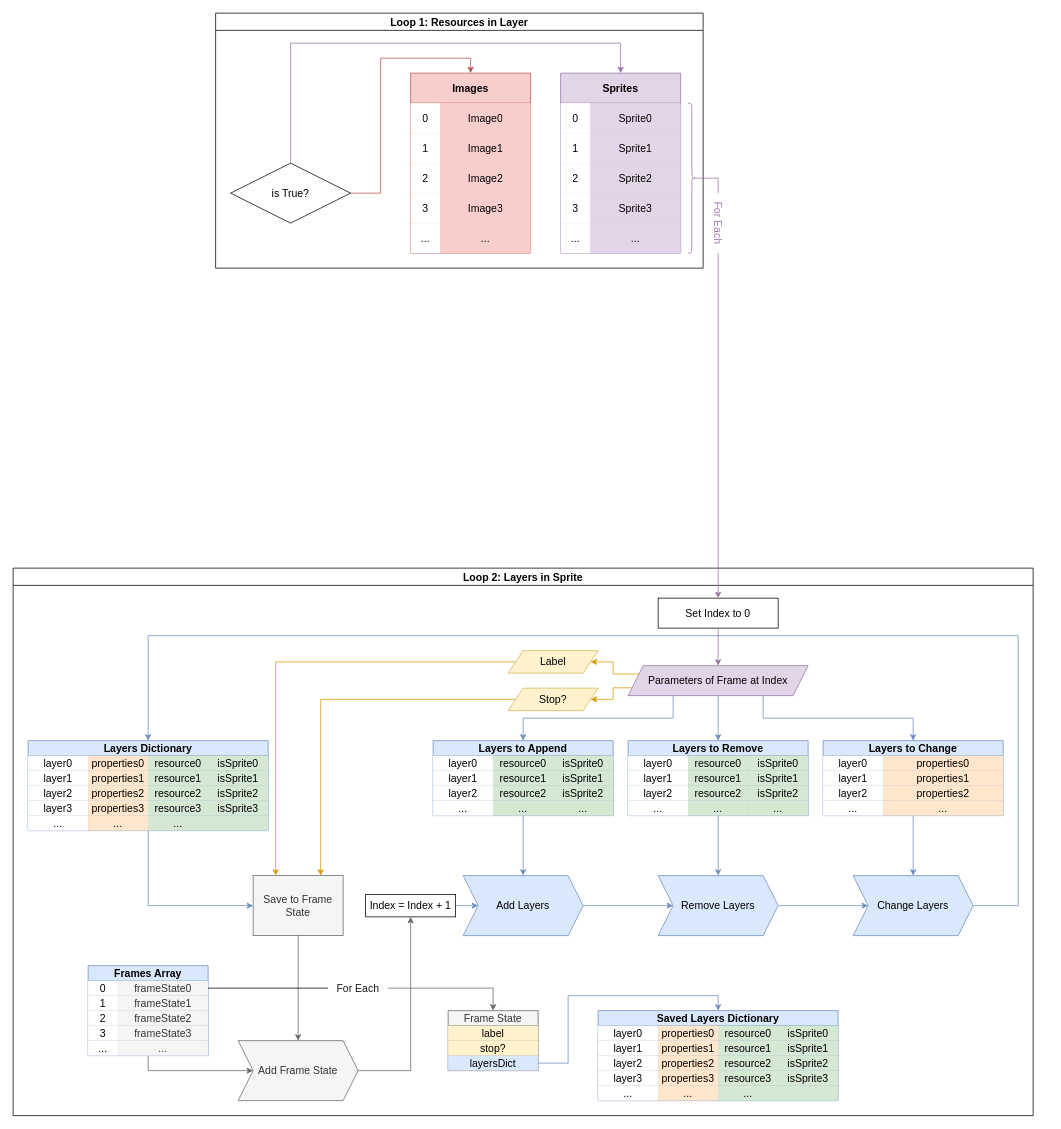
Earlier version of the draw.io diagram ResourceLoading.drawio (TheInfinityUser/PvZ2-Decoding). Source tidied: cells renumbered, new cells numbered last; positions are measured from the earlier drawing's top-left corner, leaving out a move shared by most shapes. Both pictures are drawn from the tidied source at 75%, with x=0, y=0 at pixel (13, 13).
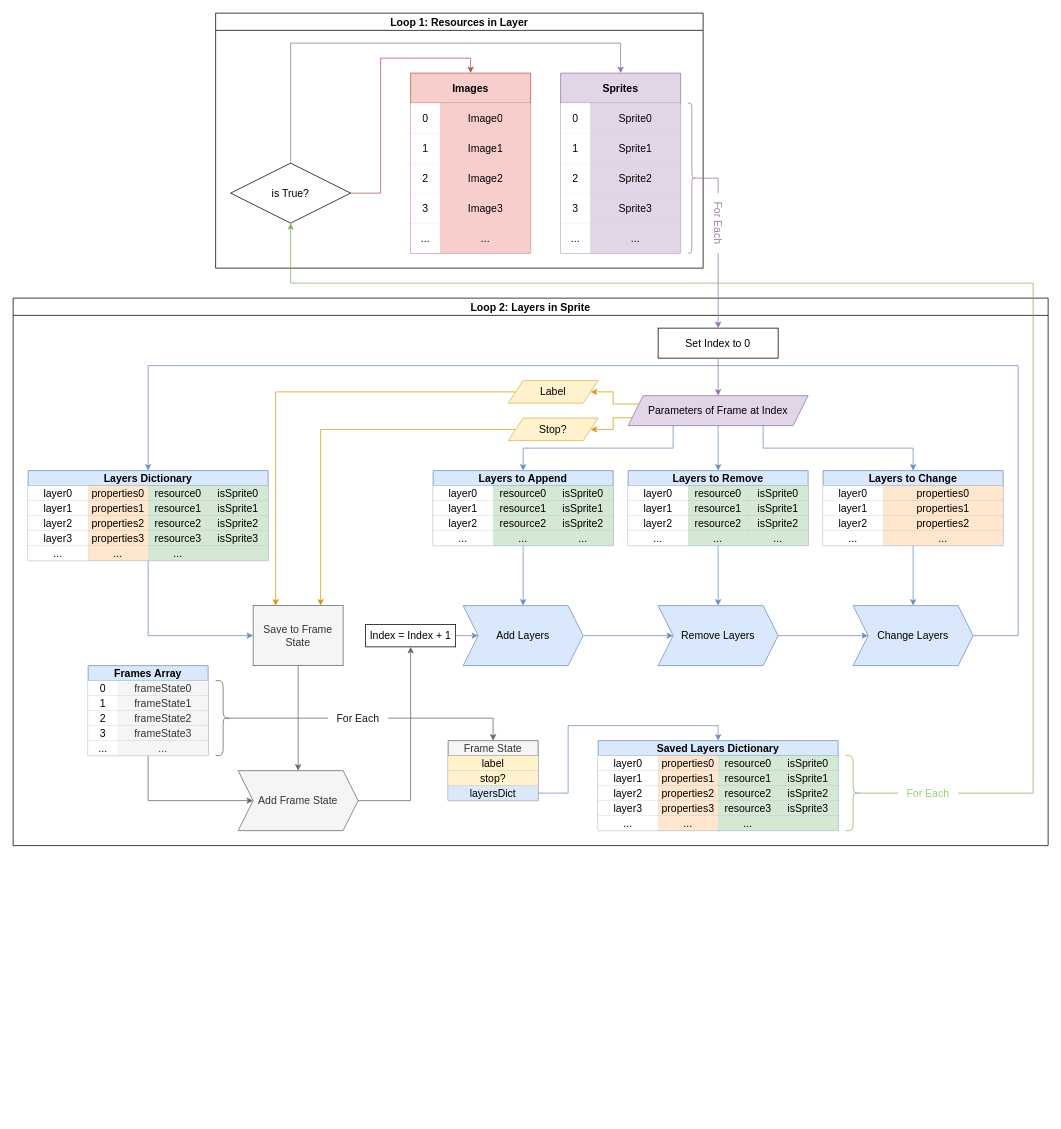
The same diagram, later.

The change refers to these unchanged cells:
```xml
<mxCell id="94" style="shape=tableRow;horizontal=0;startSize=0;swimlaneHead=0;swimlaneBody=0;strokeColor=inherit;top=0;left=0;bottom=0;right=0;fillColor=none;points=[[0,0.5],[1,0.5]];portConstraint=eastwest;fontSize=14;" parent="93" vertex="1">
  <mxGeometry y="20" width="160" height="20" as="geometry" />
</mxCell>
<mxCell id="111" value="Add Frame State" style="shape=step;perimeter=stepPerimeter;whiteSpace=wrap;html=1;fixedSize=1;fontSize=14;fillColor=#f5f5f5;strokeColor=#666666;fontColor=#333333;" parent="2" vertex="1">
  <mxGeometry x="300" y="630" width="160" height="80" as="geometry" />
</mxCell>
<mxCell id="154" value="For Each" style="text;html=1;align=center;verticalAlign=middle;whiteSpace=wrap;rounded=0;fontSize=14;fontColor=#1A1A1A;" parent="2" vertex="1">
  <mxGeometry x="420" y="550" width="80" height="20" as="geometry" />
</mxCell>
<mxCell id="193" value="is True?" style="rhombus;whiteSpace=wrap;html=1;labelBackgroundColor=none;fontSize=14;" parent="158" vertex="1">
  <mxGeometry x="20" y="200" width="160" height="80" as="geometry" />
</mxCell>
```

Diff of the diagram source:
```diff
@@
     <mxCell id="2" value="Loop 2: Layers in Sprite" style="swimlane;whiteSpace=wrap;html=1;labelBackgroundColor=none;fontSize=14;" parent="1" vertex="1">
-      <mxGeometry y="740" width="1360" height="730" as="geometry" />
+      <mxGeometry y="380" width="1380" height="730" as="geometry" />
     </mxCell>
@@
     <mxCell id="92" style="edgeStyle=orthogonalEdgeStyle;rounded=0;jettySize=auto;html=1;exitX=0.5;exitY=1;exitDx=0;exitDy=0;fontSize=14;startArrow=none;startFill=0;endArrow=classic;endFill=1;fillColor=#f5f5f5;strokeColor=#666666;entryX=0;entryY=0.5;entryDx=0;entryDy=0;" parent="2" edge="1" source="93" target="111">
-      <mxGeometry relative="1" as="geometry" />
+      <mxGeometry relative="1" as="geometry">
+        <Array as="points">
+          <mxPoint x="180" y="670" />
+        </Array>
+      </mxGeometry>
     </mxCell>
     <mxCell id="93" value="Frames Array" style="shape=table;startSize=20;childLayout=tableLayout;strokeColor=#6c8ebf;fontSize=14;fillColor=#dae8fc;fontStyle=1;" parent="2" vertex="1">
-      <mxGeometry x="100" y="530" width="160" height="120" as="geometry" />
+      <mxGeometry x="100" y="490" width="160" height="120" as="geometry" />
     </mxCell>
@@
-    <mxCell id="155" style="edgeStyle=orthogonalEdgeStyle;rounded=0;jettySize=auto;html=1;exitX=1;exitY=0.5;exitDx=0;exitDy=0;entryX=0;entryY=0.5;entryDx=0;entryDy=0;fontSize=14;startArrow=none;startFill=0;endArrow=none;endFill=0;" parent="2" edge="1" source="94" target="154">
-      <mxGeometry relative="1" as="geometry" />
-    </mxCell>
@@
+    <mxCell id="198" style="edgeStyle=orthogonalEdgeStyle;rounded=0;jettySize=auto;html=1;exitX=0.1;exitY=0.5;exitDx=0;exitDy=0;exitPerimeter=0;fontSize=14;fontColor=#1A1A1A;startArrow=none;startFill=0;endArrow=none;endFill=0;fillColor=#f5f5f5;strokeColor=#666666;" parent="2" edge="1" source="199" target="154">
+      <mxGeometry relative="1" as="geometry" />
+    </mxCell>
+    <mxCell id="199" style="shape=curlyBracket;whiteSpace=wrap;html=1;rounded=1;flipH=1;labelPosition=right;verticalLabelPosition=middle;align=left;verticalAlign=middle;fontSize=14;fontColor=#333333;fillColor=#f5f5f5;strokeColor=#666666;" parent="2" vertex="1">
+      <mxGeometry x="270" y="510" width="20" height="100" as="geometry" />
+    </mxCell>
+    <mxCell id="200" style="edgeStyle=orthogonalEdgeStyle;rounded=0;jettySize=auto;html=1;exitX=0.1;exitY=0.5;exitDx=0;exitDy=0;exitPerimeter=0;fontSize=14;fontColor=#97D077;startArrow=none;startFill=0;endArrow=none;endFill=0;fillColor=#d5e8d4;strokeColor=#82b366;" parent="2" edge="1" source="201" target="202">
+      <mxGeometry relative="1" as="geometry" />
+    </mxCell>
+    <mxCell id="201" style="shape=curlyBracket;whiteSpace=wrap;html=1;rounded=1;flipH=1;labelPosition=right;verticalLabelPosition=middle;align=left;verticalAlign=middle;fontSize=14;fillColor=#d5e8d4;strokeColor=#82b366;" parent="2" vertex="1">
+      <mxGeometry x="1110" y="610" width="20" height="100" as="geometry" />
+    </mxCell>
+    <mxCell id="202" value="For Each" style="text;html=1;align=center;verticalAlign=middle;whiteSpace=wrap;rounded=0;fontSize=14;fontColor=#97D077;" parent="2" vertex="1">
+      <mxGeometry x="1180" y="650" width="80" height="20" as="geometry" />
+    </mxCell>
@@
+    <mxCell id="203" style="edgeStyle=orthogonalEdgeStyle;rounded=0;jettySize=auto;html=1;entryX=0.5;entryY=1;entryDx=0;entryDy=0;fontSize=14;fontColor=#1A1A1A;startArrow=none;startFill=0;endArrow=classic;endFill=1;fillColor=#d5e8d4;strokeColor=#82b366;exitX=1;exitY=0.5;exitDx=0;exitDy=0;" parent="1" edge="1" source="202" target="193">
+      <mxGeometry relative="1" as="geometry">
+        <Array as="points">
+          <mxPoint x="1360" y="1040" />
+          <mxPoint x="1360" y="360" />
+          <mxPoint x="370" y="360" />
+        </Array>
+      </mxGeometry>
+    </mxCell>
```
